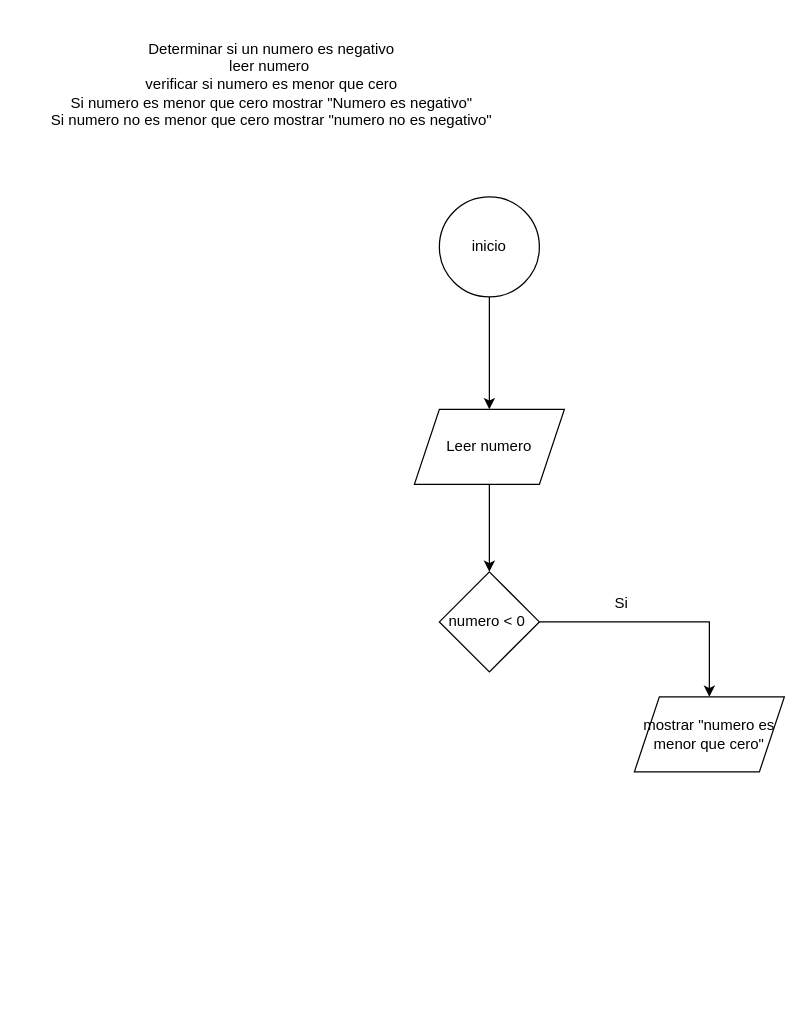
Above: determinar_si_numero_es_negativo.drawio.drawio in pyronet/2024-III_BCD2202_Introducci-n_tecnolog-a_Informatica_-Introducci-n_Programaci-n (draw.io), before the change. Source tidied: cells renumbered, new cells numbered last; positions are measured from the earlier drawing's top-left corner, leaving out a move shared by most shapes. Both pictures are drawn from the tidied source at 125%, with x=0, y=0 at pixel (21, 21).
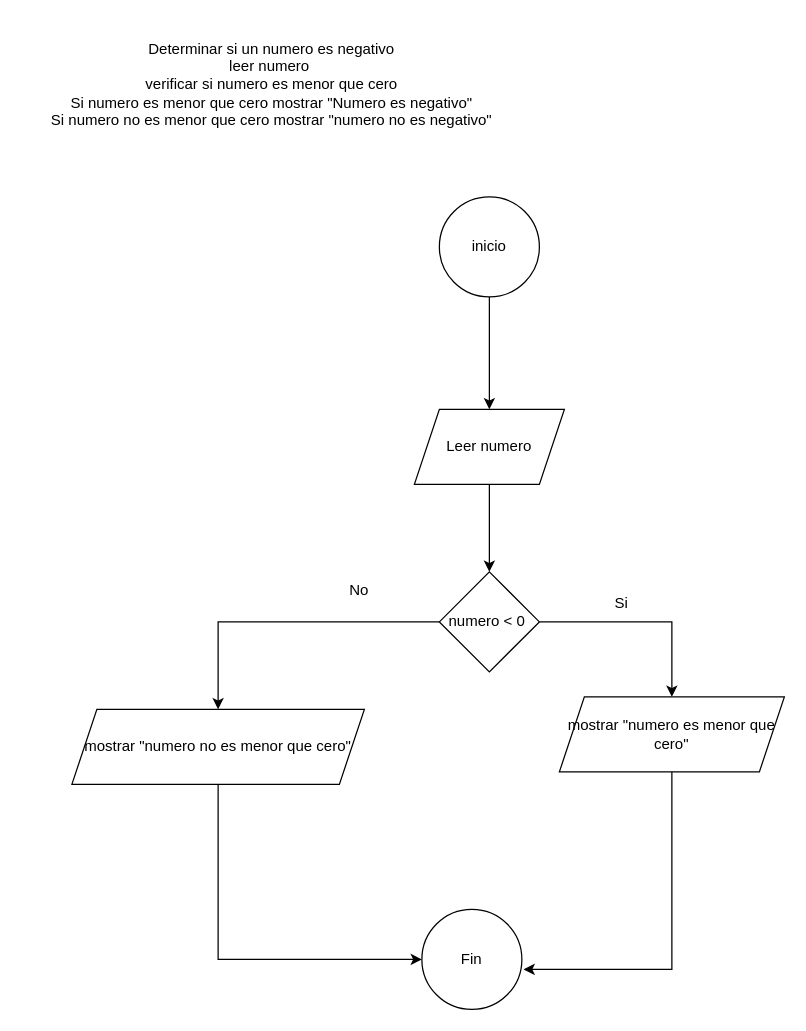
Above is the later version.

Change to the diagram source:
```diff
@@
 <mxGraphModel>
   <root>
     <mxCell id="0" />
     <mxCell id="1" parent="0" />
     <mxCell id="2" value="Determinar si un numero es negativo&lt;div&gt;leer numero&amp;nbsp;&lt;/div&gt;&lt;div&gt;verificar si numero es menor que cero&lt;/div&gt;&lt;div&gt;Si numero es menor que cero mostrar &quot;Numero es negativo&quot;&lt;/div&gt;&lt;div&gt;Si numero no es menor que cero mostrar &quot;numero no es negativo&quot;&lt;/div&gt;" style="text;html=1;align=center;verticalAlign=middle;whiteSpace=wrap;rounded=0;" parent="1" vertex="1">
       <mxGeometry width="400" height="100" as="geometry" />
     </mxCell>
     <mxCell id="3" style="edgeStyle=orthogonalEdgeStyle;rounded=0;jettySize=auto;html=1;" parent="1" edge="1" source="4" target="6">
       <mxGeometry relative="1" as="geometry" />
     </mxCell>
     <mxCell id="4" value="inicio" style="ellipse;whiteSpace=wrap;html=1;" parent="1" vertex="1">
       <mxGeometry x="334" y="140" width="80" height="80" as="geometry" />
     </mxCell>
     <mxCell id="5" style="edgeStyle=orthogonalEdgeStyle;rounded=0;jettySize=auto;html=1;" parent="1" edge="1" source="6" target="8">
       <mxGeometry relative="1" as="geometry" />
     </mxCell>
     <mxCell id="6" value="Leer numero" style="shape=parallelogram;perimeter=parallelogramPerimeter;whiteSpace=wrap;html=1;fixedSize=1;" parent="1" vertex="1">
       <mxGeometry x="314" y="310" width="120" height="60" as="geometry" />
     </mxCell>
     <mxCell id="7" style="edgeStyle=orthogonalEdgeStyle;rounded=0;jettySize=auto;html=1;" parent="1" edge="1" source="8" target="9">
       <mxGeometry relative="1" as="geometry" />
     </mxCell>
+    <mxCell id="11" style="edgeStyle=orthogonalEdgeStyle;rounded=0;jettySize=auto;html=1;" parent="1" edge="1" source="8" target="13">
+      <mxGeometry relative="1" as="geometry" />
+    </mxCell>
     <mxCell id="8" value="numero &amp;lt; 0&amp;nbsp;" style="rhombus;whiteSpace=wrap;html=1;" parent="1" vertex="1">
       <mxGeometry x="334" y="440" width="80" height="80" as="geometry" />
     </mxCell>
     <mxCell id="9" value="mostrar &quot;numero es menor que cero&quot;" style="shape=parallelogram;perimeter=parallelogramPerimeter;whiteSpace=wrap;html=1;fixedSize=1;" parent="1" vertex="1">
-      <mxGeometry x="490" y="540" width="120" height="60" as="geometry" />
+      <mxGeometry x="430" y="540" width="180" height="60" as="geometry" />
     </mxCell>
     <mxCell id="10" value="Si" style="text;html=1;align=center;verticalAlign=middle;whiteSpace=wrap;rounded=0;" parent="1" vertex="1">
       <mxGeometry x="450" y="450" width="60" height="30" as="geometry" />
     </mxCell>
+    <mxCell id="12" style="edgeStyle=orthogonalEdgeStyle;rounded=0;jettySize=auto;html=1;entryX=0;entryY=0.5;entryDx=0;entryDy=0;exitX=0.5;exitY=1;exitDx=0;exitDy=0;" parent="1" edge="1" source="13" target="15">
+      <mxGeometry relative="1" as="geometry" />
+    </mxCell>
+    <mxCell id="13" value="mostrar &quot;numero no es menor que cero&quot;" style="shape=parallelogram;perimeter=parallelogramPerimeter;whiteSpace=wrap;html=1;fixedSize=1;" parent="1" vertex="1">
+      <mxGeometry x="40" y="550" width="234" height="60" as="geometry" />
+    </mxCell>
+    <mxCell id="14" value="No" style="text;html=1;align=center;verticalAlign=middle;whiteSpace=wrap;rounded=0;" parent="1" vertex="1">
+      <mxGeometry x="240" y="440" width="60" height="30" as="geometry" />
+    </mxCell>
+    <mxCell id="15" value="Fin" style="ellipse;whiteSpace=wrap;html=1;" parent="1" vertex="1">
+      <mxGeometry x="320" y="710" width="80" height="80" as="geometry" />
+    </mxCell>
+    <mxCell id="16" style="edgeStyle=orthogonalEdgeStyle;rounded=0;jettySize=auto;html=1;entryX=1.017;entryY=0.6;entryDx=0;entryDy=0;entryPerimeter=0;exitX=0.5;exitY=1;exitDx=0;exitDy=0;" parent="1" edge="1" source="9" target="15">
+      <mxGeometry relative="1" as="geometry">
+        <Array as="points">
+          <mxPoint x="520" y="758" />
+        </Array>
+      </mxGeometry>
+    </mxCell>
   </root>
 </mxGraphModel>
```
